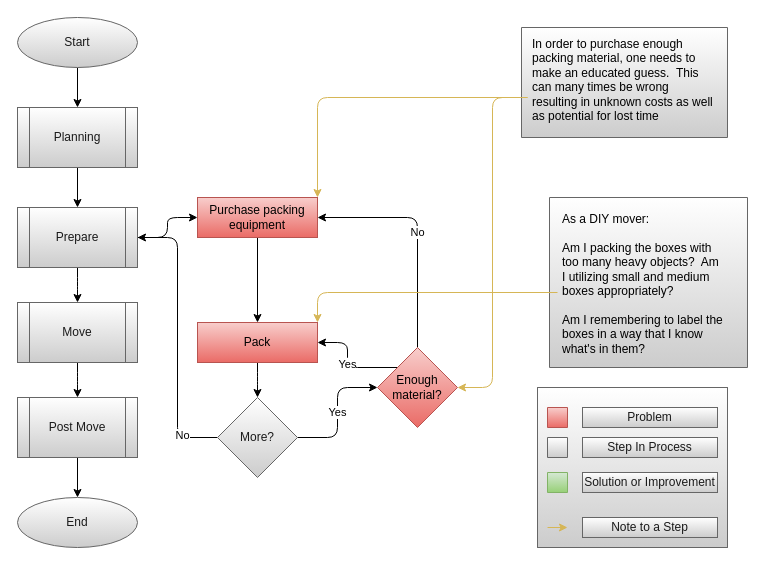
The draw.io diagram page "Prepare" (2 of 4) of Documents/flow_diagrams/Problem_Flow.drawio in LP-76/load.in, before the edit. Source tidied: cells renumbered, new cells numbered last; positions are measured from the earlier drawing's top-left corner, leaving out a move shared by most shapes. Both pictures are drawn from the tidied source at 100%, with x=0, y=0 at pixel (17, 17).
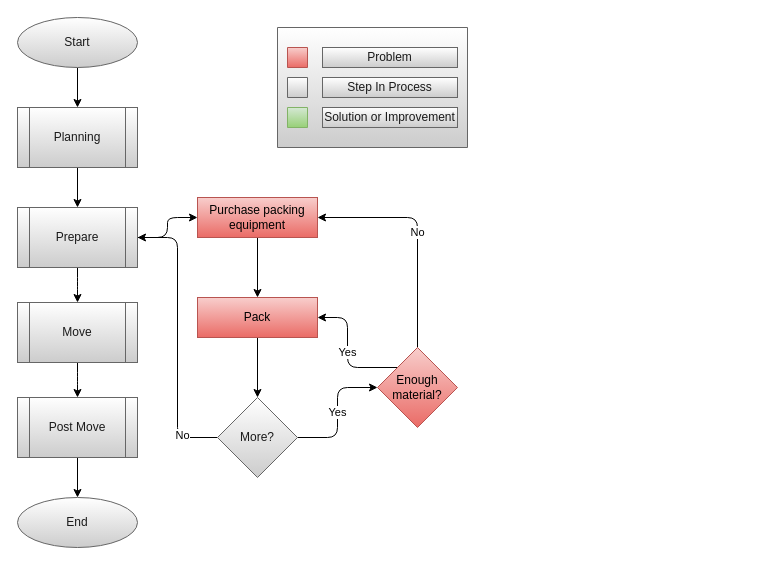
After the change.

Unchanged cells that the change refers to:
```xml
<mxCell id="5" value="Purchase packing equipment" style="whiteSpace=wrap;html=1;fontSize=12;strokeColor=#b85450;fillColor=#f8cecc;gradientColor=#ea6b66;" parent="1" vertex="1">
  <mxGeometry x="180" y="180" width="120" height="40" as="geometry" />
</mxCell>
<mxCell id="14" value="Enough material?" style="rhombus;whiteSpace=wrap;html=1;strokeColor=#b85450;fillColor=#f8cecc;gradientColor=#ea6b66;" parent="1" vertex="1">
  <mxGeometry x="360" y="330" width="80" height="80" as="geometry" />
</mxCell>
```

The edit, as a diff of the source:
```diff
@@
-    <mxCell id="2" style="verticalLabelPosition=bottom;verticalAlign=middle;html=1;shape=mxgraph.basic.rect;fillColor2=none;size=20;indent=5;fontColor=#1A1A1A;strokeColor=#666666;fillColor=#FFFFFF;gradientColor=#CCCCCC;" parent="1" vertex="1">
-      <mxGeometry x="532" y="180" width="198" height="170" as="geometry" />
-    </mxCell>
-    <mxCell id="3" style="verticalLabelPosition=bottom;verticalAlign=middle;html=1;shape=mxgraph.basic.rect;fillColor2=none;size=20;indent=5;fontColor=#1A1A1A;strokeColor=#666666;fillColor=#FFFFFF;gradientColor=#CCCCCC;" parent="1" vertex="1">
-      <mxGeometry x="504" y="10" width="206" height="110" as="geometry" />
-    </mxCell>
@@
     <mxCell id="7" value="Pack" style="whiteSpace=wrap;html=1;fontSize=12;strokeColor=#b85450;fillColor=#f8cecc;gradientColor=#ea6b66;" parent="1" vertex="1">
-      <mxGeometry x="180" y="305" width="120" height="40" as="geometry" />
+      <mxGeometry x="180" y="280" width="120" height="40" as="geometry" />
     </mxCell>
@@
-    <mxCell id="15" style="edgeStyle=orthogonalEdgeStyle;jettySize=auto;html=1;entryX=1;entryY=0;entryDx=0;entryDy=0;gradientColor=#ffd966;fillColor=#fff2cc;strokeColor=#d6b656;" parent="1" edge="1" source="17" target="5">
-      <mxGeometry relative="1" as="geometry" />
-    </mxCell>
-    <mxCell id="16" style="edgeStyle=orthogonalEdgeStyle;jettySize=auto;html=1;entryX=1;entryY=0.5;entryDx=0;entryDy=0;gradientColor=#ffd966;fillColor=#fff2cc;strokeColor=#d6b656;" parent="1" edge="1" source="17" target="14">
-      <mxGeometry relative="1" as="geometry" />
-    </mxCell>
-    <mxCell id="17" value="In order to purchase enough packing material, one needs to make an educated guess.&amp;nbsp; This can many times be wrong resulting in unknown costs as well as potential for lost time" style="text;html=1;strokeColor=none;fillColor=none;spacing=5;spacingTop=-20;whiteSpace=wrap;overflow=hidden;" parent="1" vertex="1">
-      <mxGeometry x="510" y="30" width="190" height="100" as="geometry" />
-    </mxCell>
-    <mxCell id="18" style="edgeStyle=orthogonalEdgeStyle;jettySize=auto;html=1;entryX=1;entryY=0;entryDx=0;entryDy=0;gradientColor=#ffd966;fillColor=#fff2cc;strokeColor=#d6b656;" parent="1" edge="1" source="19" target="7">
-      <mxGeometry relative="1" as="geometry" />
-    </mxCell>
-    <mxCell id="19" value="&lt;div&gt;As a DIY mover:&lt;/div&gt;&lt;div&gt;&lt;br&gt;&lt;/div&gt;&lt;div&gt;Am I packing the boxes with too many heavy objects?&amp;nbsp; Am I utilizing small and medium boxes appropriately?&lt;br&gt;&lt;/div&gt;&lt;div&gt;&lt;br&gt;&lt;/div&gt;&lt;div&gt;Am I remembering to label the boxes in a way that I know what's in them?&lt;br&gt;&lt;/div&gt;" style="text;html=1;strokeColor=none;fillColor=none;spacing=5;spacingTop=-20;whiteSpace=wrap;overflow=hidden;" parent="1" vertex="1">
-      <mxGeometry x="540" y="205" width="170" height="140" as="geometry" />
-    </mxCell>
@@
-    <mxCell id="32" style="group;fillColor=#FFFFFF;gradientColor=#CCCCCC;strokeColor=#666666;fontColor=#1A1A1A;" parent="1" vertex="1">
-      <mxGeometry x="520" y="370" width="190" height="160" as="geometry" />
-    </mxCell>
+    <mxCell id="42" style="group;" parent="1" vertex="1">
+      <mxGeometry x="260" y="10" width="190" height="120" as="geometry" />
+    </mxCell>
-    <mxCell id="33" style="verticalLabelPosition=bottom;verticalAlign=top;html=1;shape=mxgraph.basic.rect;fillColor2=none;strokeWidth=1;size=20;indent=5;fillColor=#FFFFFF;gradientColor=#CCCCCC;strokeColor=#666666;fontColor=#1A1A1A;" parent="32" vertex="1">
-      <mxGeometry width="190" height="160" as="geometry" />
+    <mxCell id="33" style="verticalLabelPosition=bottom;verticalAlign=top;html=1;shape=mxgraph.basic.rect;fillColor2=none;strokeWidth=1;size=20;indent=5;fillColor=#FFFFFF;gradientColor=#CCCCCC;strokeColor=#666666;fontColor=#1A1A1A;" parent="42" vertex="1">
+      <mxGeometry width="190" height="120" as="geometry" />
     </mxCell>
-    <mxCell id="34" style="verticalLabelPosition=bottom;verticalAlign=top;html=1;shape=mxgraph.basic.rect;fillColor2=none;strokeWidth=1;size=20;indent=5;fillColor=#f8cecc;gradientColor=#ea6b66;strokeColor=#b85450;" parent="32" vertex="1">
+    <mxCell id="34" style="verticalLabelPosition=bottom;verticalAlign=top;html=1;shape=mxgraph.basic.rect;fillColor2=none;strokeWidth=1;size=20;indent=5;fillColor=#f8cecc;gradientColor=#ea6b66;strokeColor=#b85450;" parent="42" vertex="1">
       <mxGeometry x="10" y="20" width="20" height="20" as="geometry" />
     </mxCell>
-    <mxCell id="35" value="Problem" style="text;html=1;align=center;verticalAlign=middle;whiteSpace=wrap;fillColor=#FFFFFF;gradientColor=#CCCCCC;strokeColor=#666666;fontColor=#1A1A1A;" parent="32" vertex="1">
+    <mxCell id="35" value="Problem" style="text;html=1;align=center;verticalAlign=middle;whiteSpace=wrap;fillColor=#FFFFFF;gradientColor=#CCCCCC;strokeColor=#666666;fontColor=#1A1A1A;" parent="42" vertex="1">
       <mxGeometry x="45" y="20" width="135" height="20" as="geometry" />
     </mxCell>
-    <mxCell id="36" style="verticalLabelPosition=bottom;verticalAlign=top;html=1;shape=mxgraph.basic.rect;fillColor2=none;strokeWidth=1;size=20;indent=5;fillColor=#FFFFFF;gradientColor=#CCCCCC;strokeColor=#666666;fontColor=#1A1A1A;" parent="32" vertex="1">
+    <mxCell id="36" style="verticalLabelPosition=bottom;verticalAlign=top;html=1;shape=mxgraph.basic.rect;fillColor2=none;strokeWidth=1;size=20;indent=5;fillColor=#FFFFFF;gradientColor=#CCCCCC;strokeColor=#666666;fontColor=#1A1A1A;" parent="42" vertex="1">
       <mxGeometry x="10" y="50" width="20" height="20" as="geometry" />
     </mxCell>
-    <mxCell id="37" value="Step In Process" style="text;html=1;align=center;verticalAlign=middle;whiteSpace=wrap;fillColor=#FFFFFF;gradientColor=#CCCCCC;strokeColor=#666666;fontColor=#1A1A1A;" parent="32" vertex="1">
+    <mxCell id="37" value="Step In Process" style="text;html=1;align=center;verticalAlign=middle;whiteSpace=wrap;fillColor=#FFFFFF;gradientColor=#CCCCCC;strokeColor=#666666;fontColor=#1A1A1A;" parent="42" vertex="1">
       <mxGeometry x="45" y="50" width="135" height="20" as="geometry" />
     </mxCell>
-    <mxCell id="38" style="verticalLabelPosition=bottom;verticalAlign=top;html=1;shape=mxgraph.basic.rect;fillColor2=none;strokeWidth=1;size=20;indent=5;fillColor=#d5e8d4;gradientColor=#97d077;strokeColor=#82b366;" parent="32" vertex="1">
-      <mxGeometry x="10" y="85" width="20" height="20" as="geometry" />
+    <mxCell id="38" style="verticalLabelPosition=bottom;verticalAlign=top;html=1;shape=mxgraph.basic.rect;fillColor2=none;strokeWidth=1;size=20;indent=5;fillColor=#d5e8d4;gradientColor=#97d077;strokeColor=#82b366;" parent="42" vertex="1">
+      <mxGeometry x="10" y="80" width="20" height="20" as="geometry" />
     </mxCell>
-    <mxCell id="39" value="Solution or Improvement" style="text;html=1;align=center;verticalAlign=middle;whiteSpace=wrap;fillColor=#FFFFFF;gradientColor=#CCCCCC;strokeColor=#666666;fontColor=#1A1A1A;" parent="32" vertex="1">
-      <mxGeometry x="45" y="85" width="135" height="20" as="geometry" />
+    <mxCell id="39" value="Solution or Improvement" style="text;html=1;align=center;verticalAlign=middle;whiteSpace=wrap;fillColor=#FFFFFF;gradientColor=#CCCCCC;strokeColor=#666666;fontColor=#1A1A1A;" parent="42" vertex="1">
+      <mxGeometry x="45" y="80" width="135" height="20" as="geometry" />
     </mxCell>
-    <mxCell id="40" style="endArrow=classic;html=1;gradientColor=#ffd966;fillColor=#fff2cc;strokeColor=#d6b656;" parent="32" edge="1">
-      <mxGeometry relative="1" as="geometry">
-        <mxPoint x="10" y="140" as="sourcePoint" />
-        <mxPoint x="30" y="140" as="targetPoint" />
-      </mxGeometry>
-    </mxCell>
-    <mxCell id="41" value="Note to a Step" style="text;html=1;align=center;verticalAlign=middle;whiteSpace=wrap;fillColor=#FFFFFF;gradientColor=#CCCCCC;strokeColor=#666666;fontColor=#1A1A1A;" parent="32" vertex="1">
-      <mxGeometry x="45" y="130" width="135" height="20" as="geometry" />
-    </mxCell>
```
